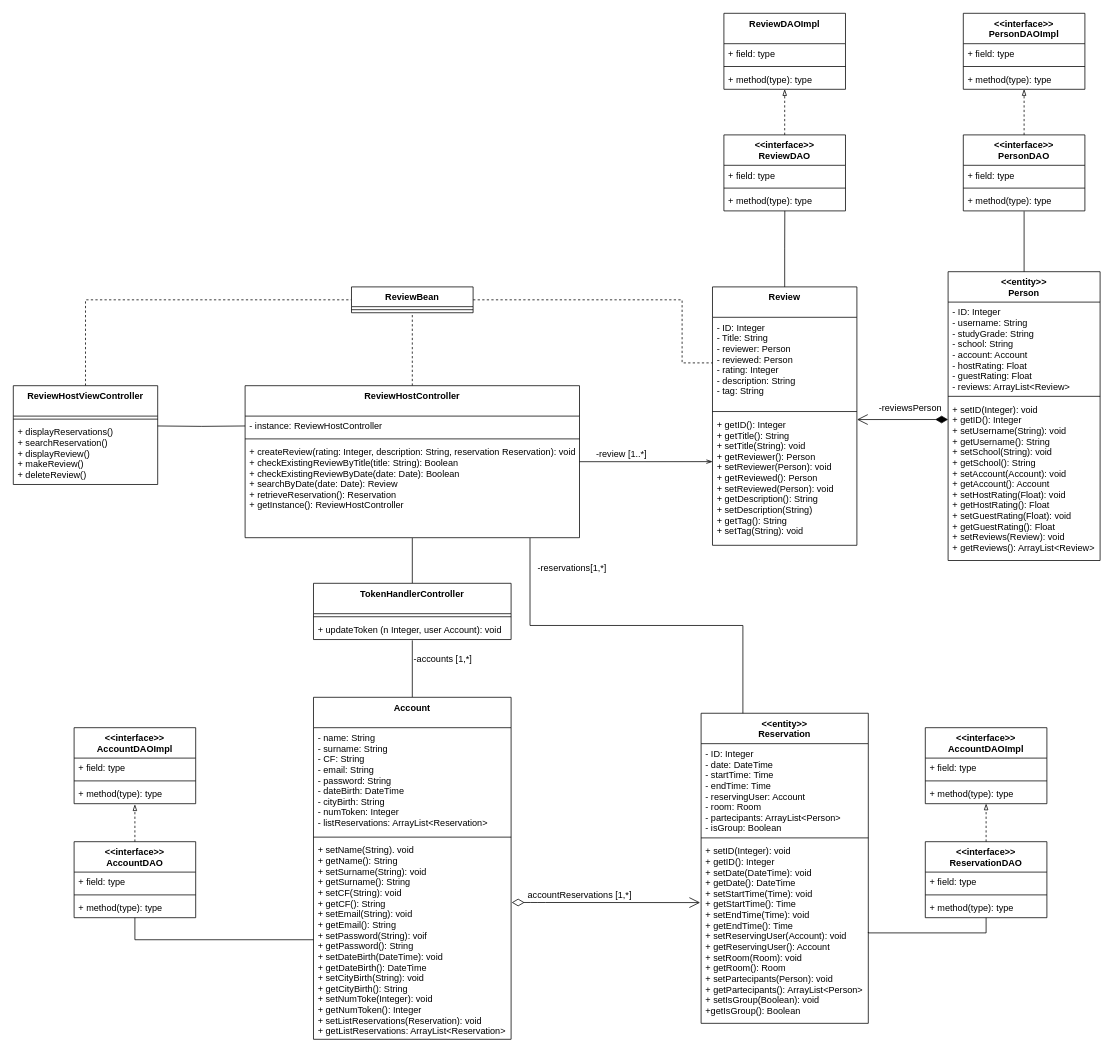
Above: Deliverables/Design Level Class Diagram/DLCD ReviewHost Agostinelli.drawio in nic-agos/DoveStudi (draw.io), before the change. Source tidied: cells renumbered, new cells numbered last; positions are measured from the earlier drawing's top-left corner, leaving out a move shared by most shapes. Both pictures are drawn from the tidied source at 76%, with x=0, y=0 at pixel (13, 13).
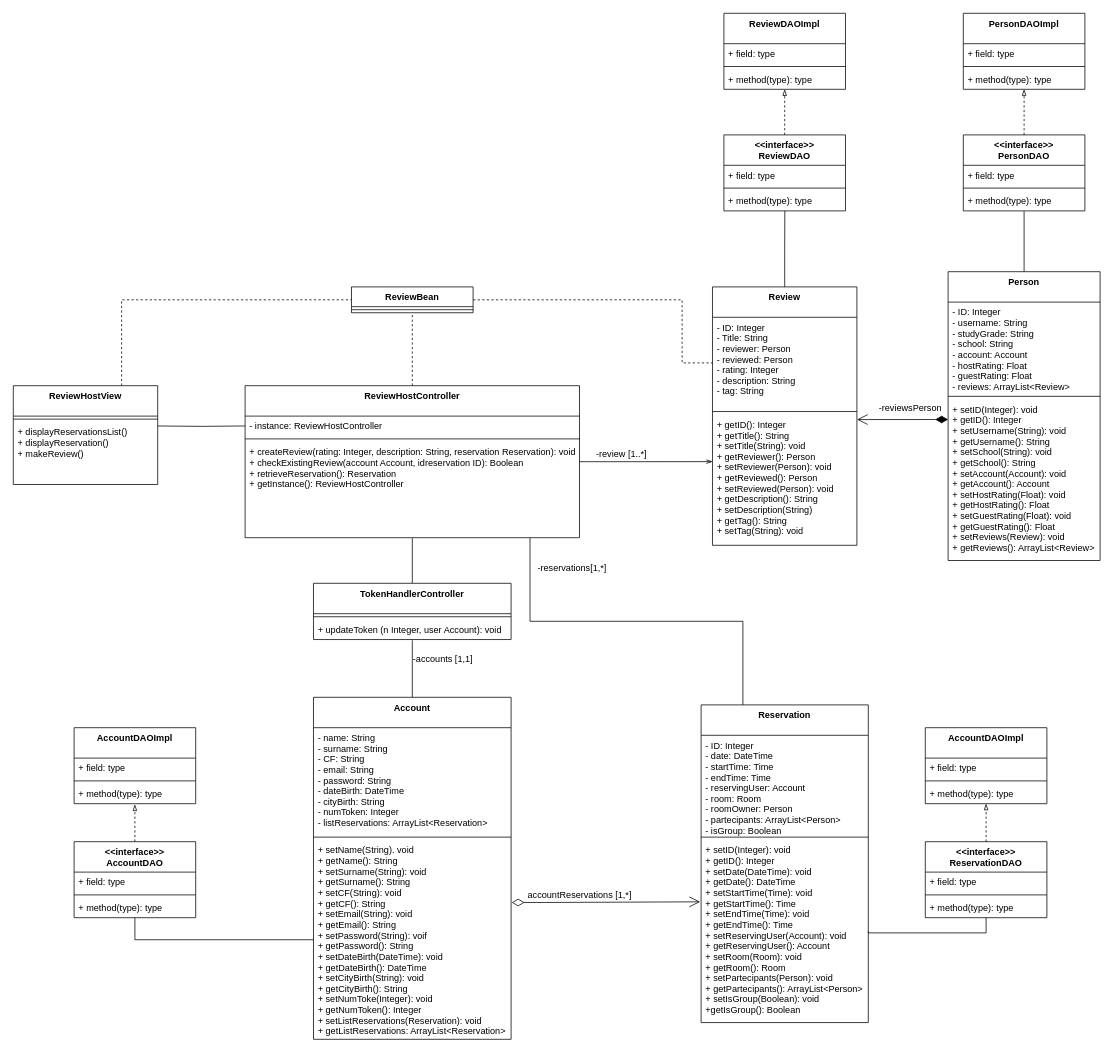
The same page after the edit.

The change refers to these unchanged cells:
```xml
<mxCell id="4" value="ReviewHostController" style="swimlane;fontStyle=1;align=center;verticalAlign=top;horizontal=1;startSize=40;" parent="1" vertex="1">
  <mxGeometry x="305" y="490" width="440" height="200" as="geometry" />
</mxCell>
<mxCell id="27" value="ReviewBean" style="swimlane;fontStyle=1;align=center;verticalAlign=top;horizontal=1;startSize=26;" parent="1" vertex="1">
  <mxGeometry x="445" y="360" width="160" height="34" as="geometry" />
</mxCell>
```

Diff of the diagram source:
```diff
@@
-    <mxCell id="7" value="+ createReview(rating: Integer, description: String, reservation Reservation): void&#10;+ checkExistingReviewByTitle(title: String): Boolean&#10;+ checkExistingReviewByDate(date: Date): Boolean&#10;+ searchByDate(date: Date): Review&#10;+ retrieveReservation(): Reservation&#10;+ getInstance(): ReviewHostController" style="text;strokeColor=none;fillColor=none;align=left;verticalAlign=top;spacingLeft=4;spacingRight=4;overflow=hidden;points=[[0,0.5],[1,0.5]];portConstraint=eastwest;" parent="4" vertex="1">
+    <mxCell id="7" value="+ createReview(rating: Integer, description: String, reservation Reservation): void&#10;+ checkExistingReview(account Account, idreservation ID): Boolean&#10;+ retrieveReservation(): Reservation&#10;+ getInstance(): ReviewHostController" style="text;strokeColor=none;fillColor=none;align=left;verticalAlign=top;spacingLeft=4;spacingRight=4;overflow=hidden;points=[[0,0.5],[1,0.5]];portConstraint=eastwest;" parent="4" vertex="1">
       <mxGeometry y="74" width="440" height="126" as="geometry" />
     </mxCell>
-    <mxCell id="8" style="edgeStyle=orthogonalEdgeStyle;rounded=0;jettySize=auto;html=1;entryX=0;entryY=0.5;entryDx=0;entryDy=0;dashed=1;endArrow=none;endFill=0;exitX=0.5;exitY=0;exitDx=0;exitDy=0;" parent="1" edge="1" source="9" target="27">
+    <mxCell id="8" style="edgeStyle=orthogonalEdgeStyle;rounded=0;jettySize=auto;html=1;entryX=0;entryY=0.5;entryDx=0;entryDy=0;dashed=1;endArrow=none;endFill=0;exitX=0.75;exitY=0;exitDx=0;exitDy=0;" parent="1" edge="1" source="9" target="27">
       <mxGeometry relative="1" as="geometry" />
     </mxCell>
-    <mxCell id="9" value="ReviewHostViewController" style="swimlane;fontStyle=1;align=center;verticalAlign=top;horizontal=1;startSize=40;" parent="1" vertex="1">
+    <mxCell id="9" value="ReviewHostView" style="swimlane;fontStyle=1;align=center;verticalAlign=top;horizontal=1;startSize=40;" parent="1" vertex="1">
       <mxGeometry y="490" width="190" height="130" as="geometry" />
     </mxCell>
@@
-    <mxCell id="11" value="+ displayReservations()&#10;+ searchReservation()&#10;+ displayReview()&#10;+ makeReview()&#10;+ deleteReview()&#10;" style="text;strokeColor=none;fillColor=none;align=left;verticalAlign=top;spacingLeft=4;spacingRight=4;overflow=hidden;" parent="9" vertex="1">
+    <mxCell id="11" value="+ displayReservationsList()&#10;+ displayReservation()&#10;+ makeReview()&#10;" style="text;strokeColor=none;fillColor=none;align=left;verticalAlign=top;spacingLeft=4;spacingRight=4;overflow=hidden;" parent="9" vertex="1">
       <mxGeometry y="48" width="190" height="82" as="geometry" />
     </mxCell>
@@
-    <mxCell id="40" value="&lt;&lt;entity&gt;&gt;&#10;Person" style="swimlane;fontStyle=1;align=center;verticalAlign=top;horizontal=1;startSize=40;" parent="1" vertex="1">
+    <mxCell id="40" value="Person" style="swimlane;fontStyle=1;align=center;verticalAlign=top;horizontal=1;startSize=40;" parent="1" vertex="1">
       <mxGeometry x="1230" y="340" width="200" height="380" as="geometry" />
     </mxCell>
@@
-    <mxCell id="49" value="&lt;&lt;interface&gt;&gt;&#10;PersonDAOImpl" style="swimlane;fontStyle=1;align=center;verticalAlign=top;horizontal=1;startSize=40;" parent="1" vertex="1">
+    <mxCell id="49" value="PersonDAOImpl" style="swimlane;fontStyle=1;align=center;verticalAlign=top;horizontal=1;startSize=40;" parent="1" vertex="1">
       <mxGeometry x="1250" width="160" height="100" as="geometry" />
     </mxCell>
@@
-    <mxCell id="59" value="&lt;&lt;interface&gt;&gt;&#10;AccountDAOImpl" style="swimlane;fontStyle=1;align=center;verticalAlign=top;horizontal=1;startSize=40;" parent="1" vertex="1">
+    <mxCell id="59" value="AccountDAOImpl" style="swimlane;fontStyle=1;align=center;verticalAlign=top;horizontal=1;startSize=40;" parent="1" vertex="1">
       <mxGeometry x="80" y="940" width="160" height="100" as="geometry" />
     </mxCell>
@@
-    <mxCell id="65" value="-accounts [1,*]" style="text;html=1;align=center;verticalAlign=middle;" parent="1" vertex="1">
+    <mxCell id="65" value="-accounts [1,1]" style="text;html=1;align=center;verticalAlign=middle;" parent="1" vertex="1">
       <mxGeometry x="520" y="840" width="90" height="20" as="geometry" />
     </mxCell>
@@
-    <mxCell id="67" value="&lt;&lt;entity&gt;&gt;&#10;Reservation" style="swimlane;fontStyle=1;align=center;verticalAlign=top;horizontal=1;startSize=40;" parent="1" vertex="1">
-      <mxGeometry x="905" y="921" width="220" height="408" as="geometry" />
+    <mxCell id="67" value="Reservation" style="swimlane;fontStyle=1;align=center;verticalAlign=top;horizontal=1;startSize=40;" parent="1" vertex="1">
+      <mxGeometry x="905" y="910" width="220" height="418" as="geometry" />
     </mxCell>
-    <mxCell id="68" value="- ID: Integer&#10;- date: DateTime&#10;- startTime: Time&#10;- endTime: Time&#10;- reservingUser: Account&#10;- room: Room&#10;- partecipants: ArrayList&lt;Person&gt;&#10;- isGroup: Boolean" style="text;strokeColor=none;fillColor=none;align=left;verticalAlign=top;spacingLeft=4;spacingRight=4;overflow=hidden;" parent="67" vertex="1">
-      <mxGeometry y="40" width="220" height="120" as="geometry" />
+    <mxCell id="68" value="- ID: Integer&#10;- date: DateTime&#10;- startTime: Time&#10;- endTime: Time&#10;- reservingUser: Account&#10;- room: Room&#10;- roomOwner: Person&#10;- partecipants: ArrayList&lt;Person&gt;&#10;- isGroup: Boolean" style="text;strokeColor=none;fillColor=none;align=left;verticalAlign=top;spacingLeft=4;spacingRight=4;overflow=hidden;" parent="67" vertex="1">
+      <mxGeometry y="40" width="220" height="130" as="geometry" />
     </mxCell>
     <mxCell id="69" style="line;strokeWidth=1;fillColor=none;align=left;verticalAlign=middle;spacingTop=-1;spacingLeft=3;spacingRight=3;labelPosition=right;" parent="67" vertex="1">
-      <mxGeometry y="160" width="220" height="8" as="geometry" />
+      <mxGeometry y="170" width="220" height="8" as="geometry" />
     </mxCell>
     <mxCell id="70" value="+ setID(Integer): void &#10;+ getID(): Integer&#10;+ setDate(DateTime): void&#10;+ getDate(): DateTime&#10;+ setStartTime(Time): void&#10;+ getStartTime(): Time&#10;+ setEndTime(Time): void&#10;+ getEndTime(): Time&#10;+ setReservingUser(Account): void&#10;+ getReservingUser(): Account&#10;+ setRoom(Room): void&#10;+ getRoom(): Room&#10;+ setPartecipants(Person): void&#10;+ getPartecipants(): ArrayList&lt;Person&gt;&#10;+ setIsGroup(Boolean): void&#10;+getIsGroup(): Boolean" style="text;strokeColor=none;fillColor=none;align=left;verticalAlign=top;spacingLeft=4;spacingRight=4;overflow=hidden;points=[[0,0.5],[1,0.5]];portConstraint=eastwest;" parent="67" vertex="1">
-      <mxGeometry y="168" width="220" height="240" as="geometry" />
+      <mxGeometry y="178" width="220" height="240" as="geometry" />
     </mxCell>
@@
-    <mxCell id="80" value="&lt;&lt;interface&gt;&gt;&#10;AccountDAOImpl" style="swimlane;fontStyle=1;align=center;verticalAlign=top;horizontal=1;startSize=40;" parent="1" vertex="1">
+    <mxCell id="80" value="AccountDAOImpl" style="swimlane;fontStyle=1;align=center;verticalAlign=top;horizontal=1;startSize=40;" parent="1" vertex="1">
       <mxGeometry x="1200" y="940" width="160" height="100" as="geometry" />
     </mxCell>
```
